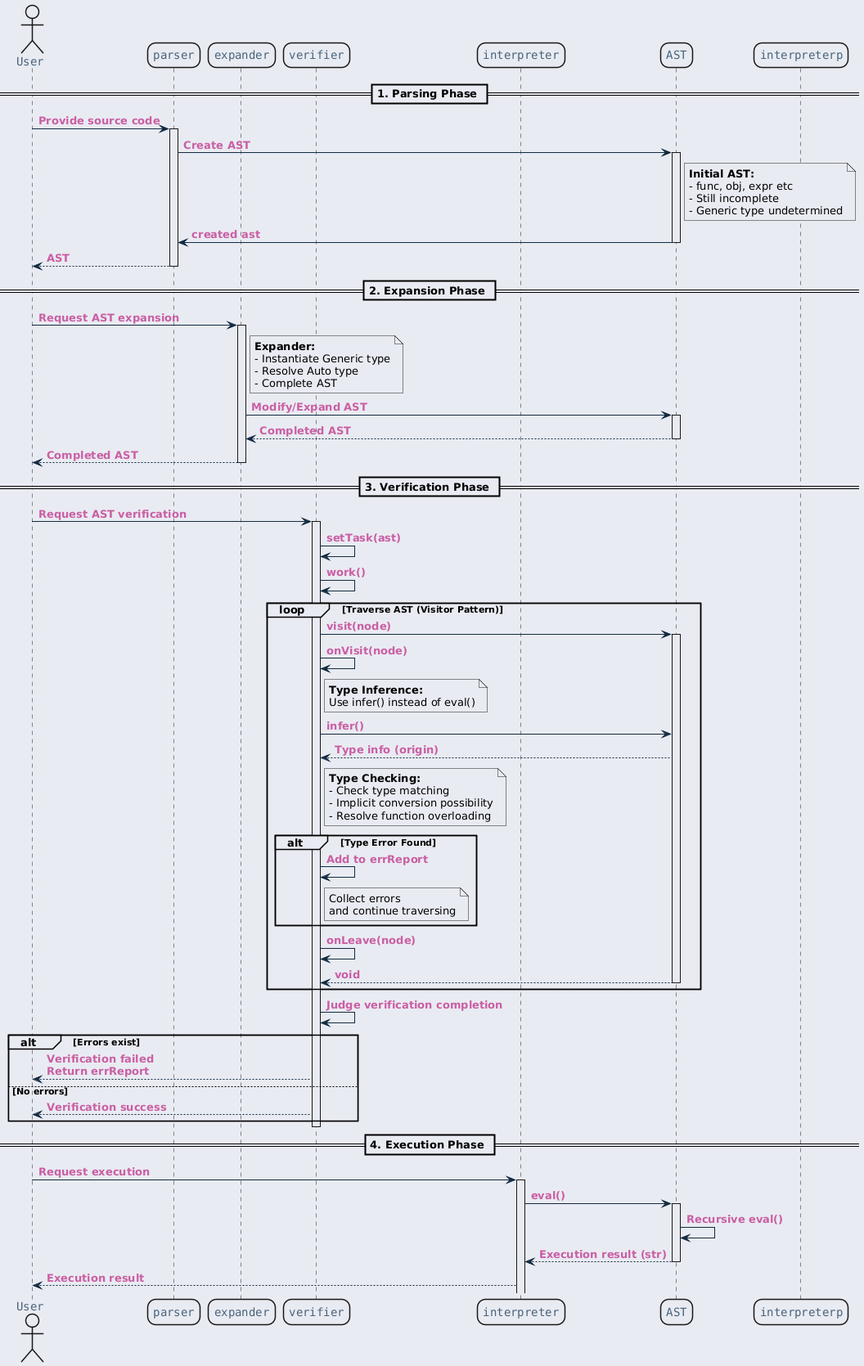
This is ref/generated/ko/inline_umlgraph_34.png from byeolang/website, a PlantUML export, as it was before one commit.
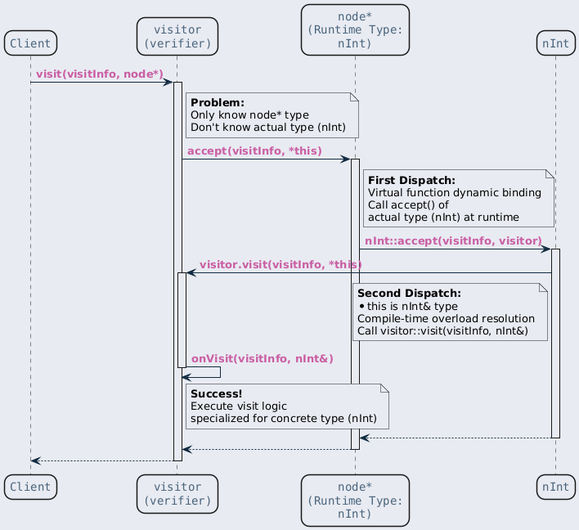
The same diagram one commit later.

Change to the diagram source:
```diff
@@ -23,121 +23,58 @@
     }
 }
 </style>
-actor "User" as user
-participant "parser" as parser
-participant "expander" as expander
-participant "verifier" as verifier
-participant "interpreter" as interpreter
-participant "AST" as ast
+participant "Client" as client
+participant "visitor\n(verifier)" as visitor
+participant "node*\n(Runtime Type:\nnInt)" as node
+participant "nInt" as nInt
 
-== 1. Parsing Phase ==
+client -> visitor : visit(visitInfo, node*)
+activate visitor
 
-user -> parser : Provide source code
-activate parser
-
-parser -> ast : Create AST
-activate ast
-
-note right of ast
-  <b>Initial AST:</b>
-  - func, obj, expr etc
-  - Still incomplete
-  - Generic type undetermined
+note right of visitor
+  <b>Problem:</b>
+  Only know node* type
+  Don't know actual type (nInt)
 end note
 
-ast -> parser: created ast
-deactivate ast
+visitor -> node : accept(visitInfo, *this)
+activate node
 
-parser --> user : AST
-deactivate parser
-
-== 2. Expansion Phase ==
-
-user -> expander : Request AST expansion
-activate expander
-
-note right of expander
-  <b>Expander:</b>
-  - Instantiate Generic type
-  - Resolve Auto type
-  - Complete AST
+note right of node
+  <b>First Dispatch:</b>
+  Virtual function dynamic binding
+  Call accept() of
+  actual type (nInt) at runtime
 end note
 
-expander -> ast : Modify/Expand AST
-activate ast
-ast --> expander : Completed AST
-deactivate ast
+node -> nInt : nInt::accept(visitInfo, visitor)
+activate nInt
 
-expander --> user : Completed AST
-deactivate expander
+nInt -> visitor : visitor.visit(visitInfo, *this)
 
-== 3. Verification Phase ==
+note left of nInt
+  <b>Second Dispatch:</b>
+  *this is nInt& type
+  Compile-time overload resolution
+  Call visitor::visit(visitInfo, nInt&)
+end note
 
-user -> verifier : Request AST verification
-activate verifier
+activate visitor
 
-verifier -> verifier : setTask(ast)
-verifier -> verifier : work()
+visitor -> visitor : onVisit(visitInfo, nInt&)
 
-loop Traverse AST (Visitor Pattern)
+note right of visitor
+  <b>Success!</b>
+  Execute visit logic
+  specialized for concrete type (nInt)
+end note
 
-    verifier -> ast : visit(node)
-    activate ast
+deactivate visitor
 
-    verifier -> verifier : onVisit(node)
-
-    note right of verifier
-      <b>Type Inference:</b>
-      Use infer() instead of eval()
-    end note
-
-    verifier -> ast : infer()
-    ast --> verifier : Type info (origin)
-
-    note right of verifier
-      <b>Type Checking:</b>
-      - Check type matching
-      - Implicit conversion possibility
-      - Resolve function overloading
-    end note
-
-    alt Type Error Found
-        verifier -> verifier : Add to errReport
-        note right of verifier
-          Collect errors
-          and continue traversing
-        end note
-    end
-
-    verifier -> verifier : onLeave(node)
-
-    ast --> verifier : void
-    deactivate ast
-
-end
-
-verifier -> verifier : Judge verification completion
-
-alt Errors exist
-    verifier --> user : Verification failed\nReturn errReport
-else No errors
-    verifier --> user : Verification success
-end
-
-deactivate verifier
-
-== 4. Execution Phase ==
-
-user -> interpreter : Request execution
-activate interpreter
-
-interpreter -> ast : eval()
-activate ast
-
-ast -> ast : Recursive eval()
-ast --> interpreter : Execution result (str)
-deactivate ast
-
-interpreter --> user : Execution result
-deactivate interpreterp
+nInt --> node
+deactivate nInt
+node --> visitor
+deactivate node
+visitor --> client
+deactivate visitor
 @enduml
```
